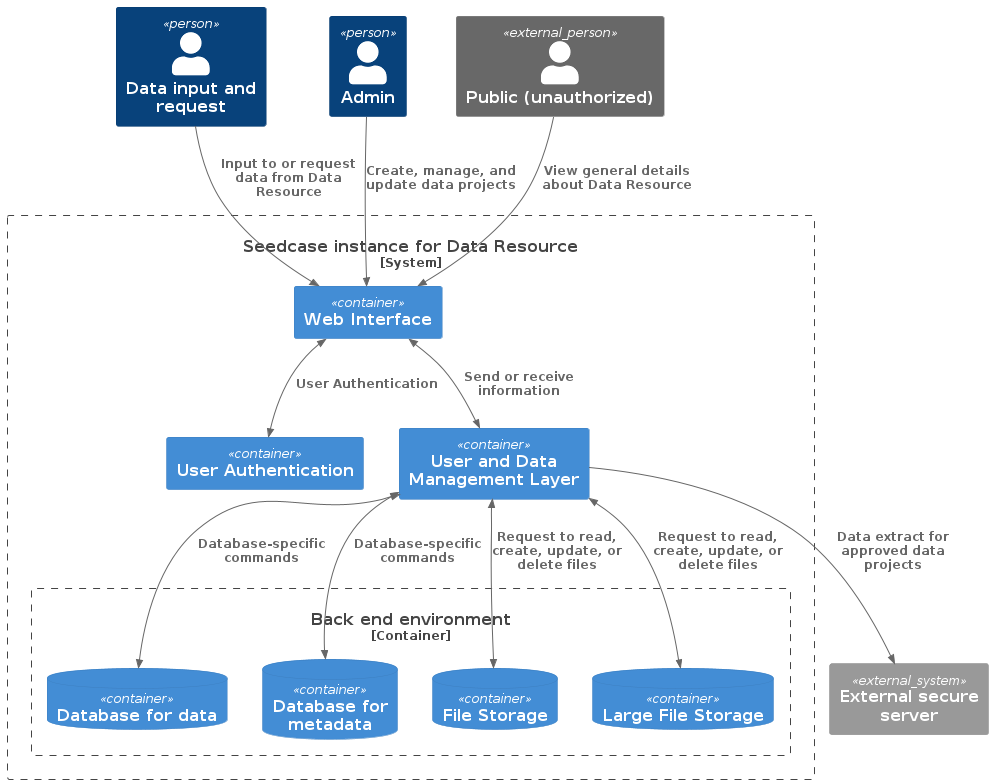
This is design/images/container.png from seedcase-project/seedcase-website, a PlantUML export, as it was before one commit. The source it was exported from:
```plantuml
@startuml
!include https://raw.githubusercontent.com/plantuml-stdlib/C4-PlantUML/master/C4_Container.puml

Person(user_request_input, "Data input and request")
Person(user_admin, "Admin")
Person_Ext(user_public, "Public (unauthorized)")

System_Boundary(seedcase, "Seedcase instance for Data Resource") {
  Container(web_framework, "Web Interface")
  Container(id_authentication, "User Authentication")
  Container(management, "User and Data Management Layer")

  Container_Boundary(backend, "Back end environment") {
    ContainerDb(backend_database_data, "Database for data")
    ContainerDb(backend_database_metadata, "Database for metadata")
    ContainerDb(backend_file_storage, "File Storage")
    ContainerDb(backend_large_file_storage, "Large File Storage")
  }
}
System_Ext(external_server, "External secure server")

Rel(user_public, web_framework, "View general details about Data Resource")
Rel(user_request_input, web_framework, "Input to or request data from Data Resource")
Rel(user_admin, web_framework, "Create, manage, and update data projects")
BiRel(web_framework, id_authentication, "User Authentication")
BiRel(web_framework, management, "Send or receive information")
BiRel(management, backend_database_data, "Database-specific commands")
BiRel(management, backend_database_metadata, "Database-specific commands")
BiRel(management, backend_file_storage, "Request to read, create, update, or delete files")
BiRel(management, backend_large_file_storage, "Request to read, create, update, or delete files")
Rel(management, external_server, "Data extract for approved data projects")

@enduml
```
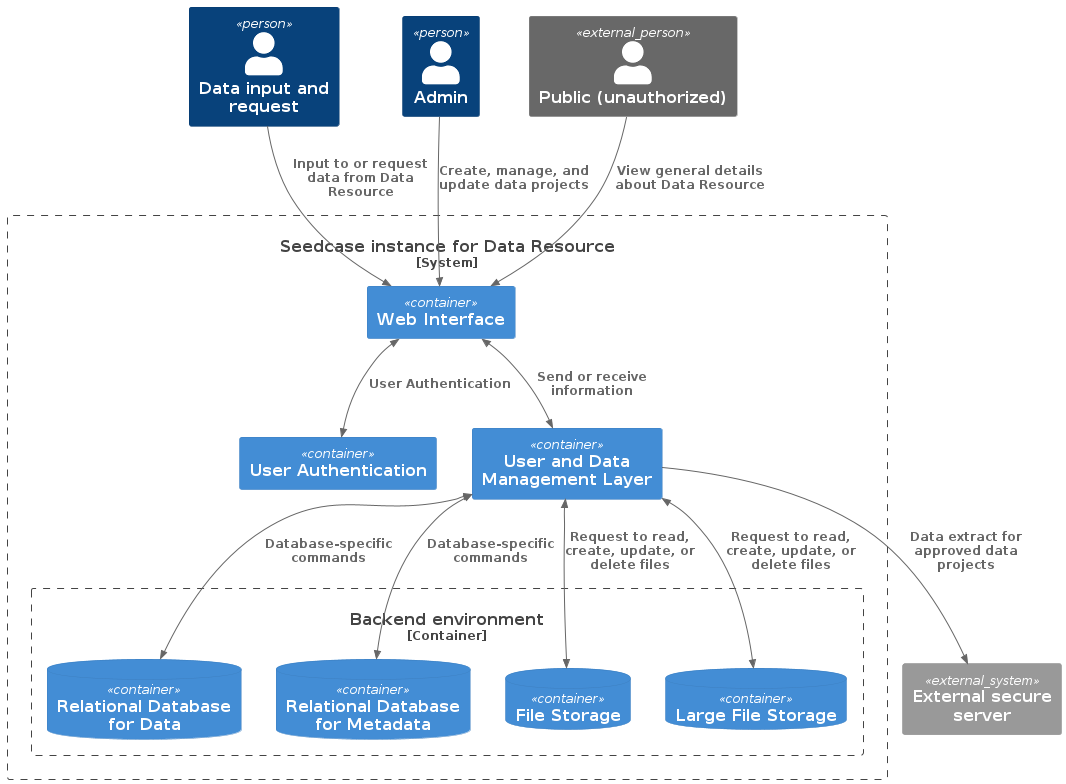
The same file after the commit.

The edit, as a diff of the source:
```diff
@@ -10,9 +10,9 @@
   Container(id_authentication, "User Authentication")
   Container(management, "User and Data Management Layer")
 
-  Container_Boundary(backend, "Back end environment") {
-    ContainerDb(backend_database_data, "Database for data")
-    ContainerDb(backend_database_metadata, "Database for metadata")
+  Container_Boundary(backend, "Backend environment") {
+    ContainerDb(backend_database_data, "Relational Database for Data")
+    ContainerDb(backend_database_metadata, "Relational Database for Metadata")
     ContainerDb(backend_file_storage, "File Storage")
     ContainerDb(backend_large_file_storage, "Large File Storage")
   }
```
